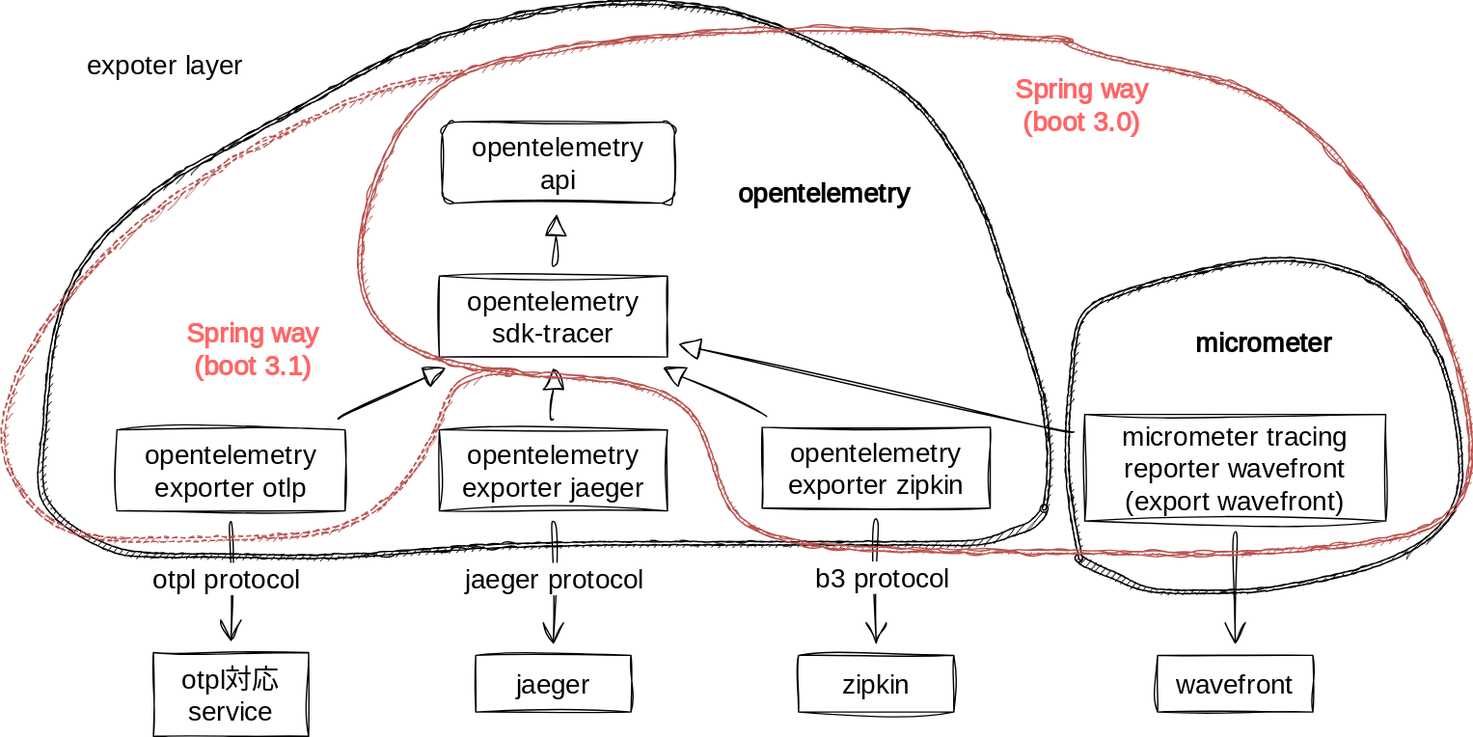
shibadog/sample-micrometer-tracer keeps this draw.io diagram as dev/doc/images/expoter-layer-dependency.drawio.svg. Above is the earlier version. Source tidied: cells renumbered, new cells last; positions are measured from the earlier drawing's top-left corner, leaving out a move shared by most shapes.
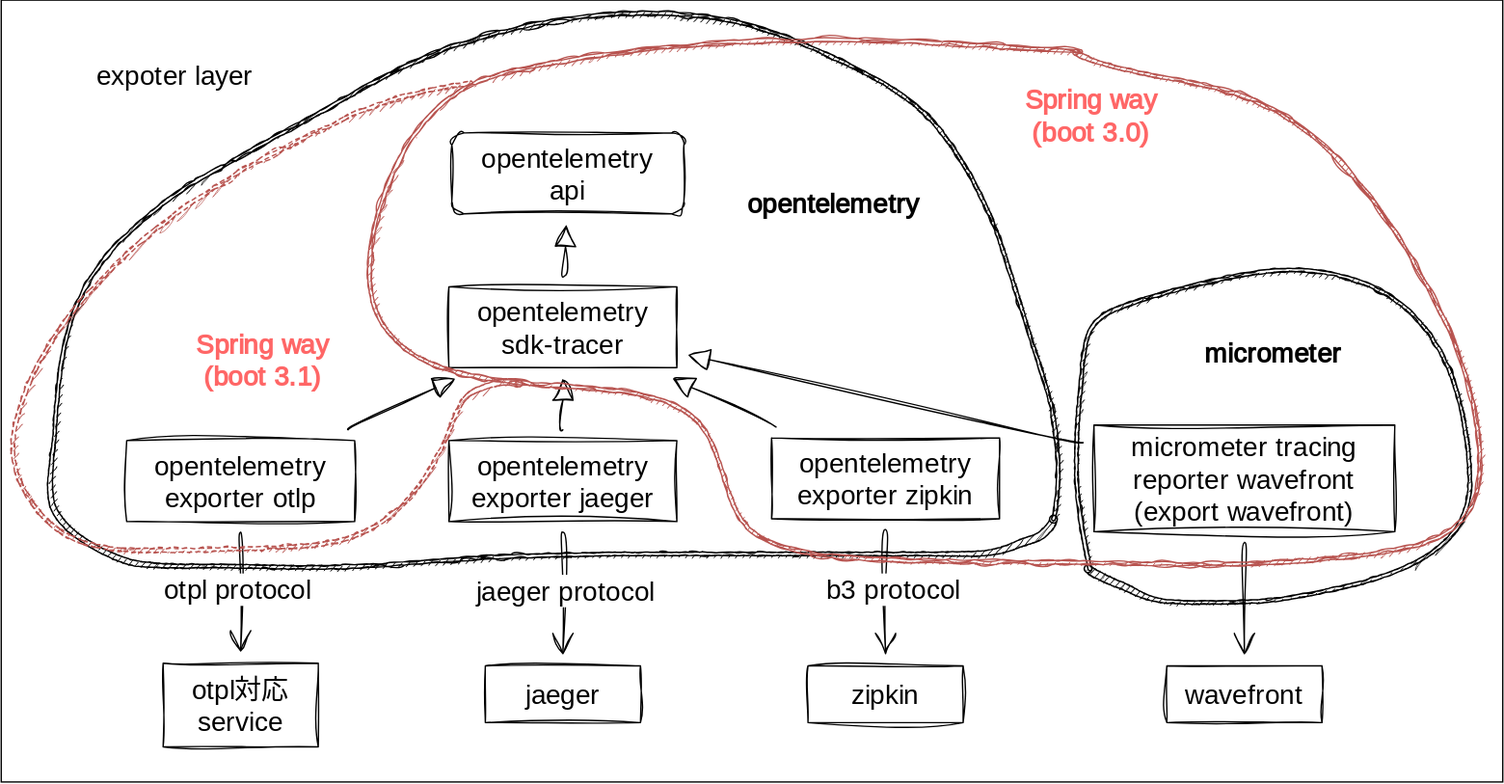
The same file after the commit.

The edit, as a diff of the source:
```diff
@@ -2,6 +2,9 @@
   <root>
     <mxCell id="0" />
     <mxCell id="1" parent="0" />
+    <mxCell id="33" style="rounded=0;whiteSpace=wrap;html=1;" parent="1" vertex="1">
+      <mxGeometry x="-7" y="-8.4" width="1113" height="579.4" as="geometry" />
+    </mxCell>
     <mxCell id="2" value="opentelemetry&lt;br style=&quot;border-color: var(--border-color);&quot;&gt;api" style="rounded=1;whiteSpace=wrap;html=1;sketch=1;hachureGap=4;jiggle=2;curveFitting=1;fontFamily=Architects Daughter;fontSource=https%3A%2F%2Ffonts.googleapis.com%2Fcss%3Ffamily%3DArchitects%2BDaughter;fontSize=20;" parent="1" vertex="1">
       <mxGeometry x="327" y="90" width="172" height="60" as="geometry" />
     </mxCell>
```
